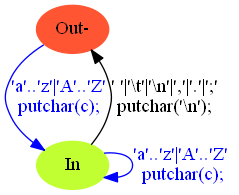
Above: 05-wl/images/wl.png in martorres-utn/SSL (Graphviz), before the change. Its source is kept beside it as 05-wl/wl.gv. Its diagram source:
```dot
digraph G {

    Out [ label="Out-" style=filled color="#ff5533" fontcolor=black ]

    In [ label="In" style=filled color="#c1ff33" fontcolor=black ]

    Out -> In [ color=blue fontcolor=blue label="'a'..'z'|'A'..'Z'
putchar(c);"];

    In -> In [ color=blue fontcolor=blue label="'a'..'z'|'A'..'Z'
putchar(c);"];

    In -> Out [ label="' '|'\\t'|'\\n'|','|'.'|';'
putchar('\\n');" ];
}
```
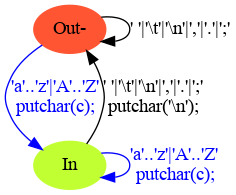
The same file after the commit.

The edit, as a diff of the source:
```diff
@@ -3,6 +3,8 @@
     Out [ label="Out-" style=filled color="#ff5533" fontcolor=black ]
 
     In [ label="In" style=filled color="#c1ff33" fontcolor=black ]
+
+    Out -> Out [ label="' '|'\\t'|'\\n'|','|'.'|';'" ];
 
     Out -> In [ color=blue fontcolor=blue label="'a'..'z'|'A'..'Z'
 putchar(c);"];
```
